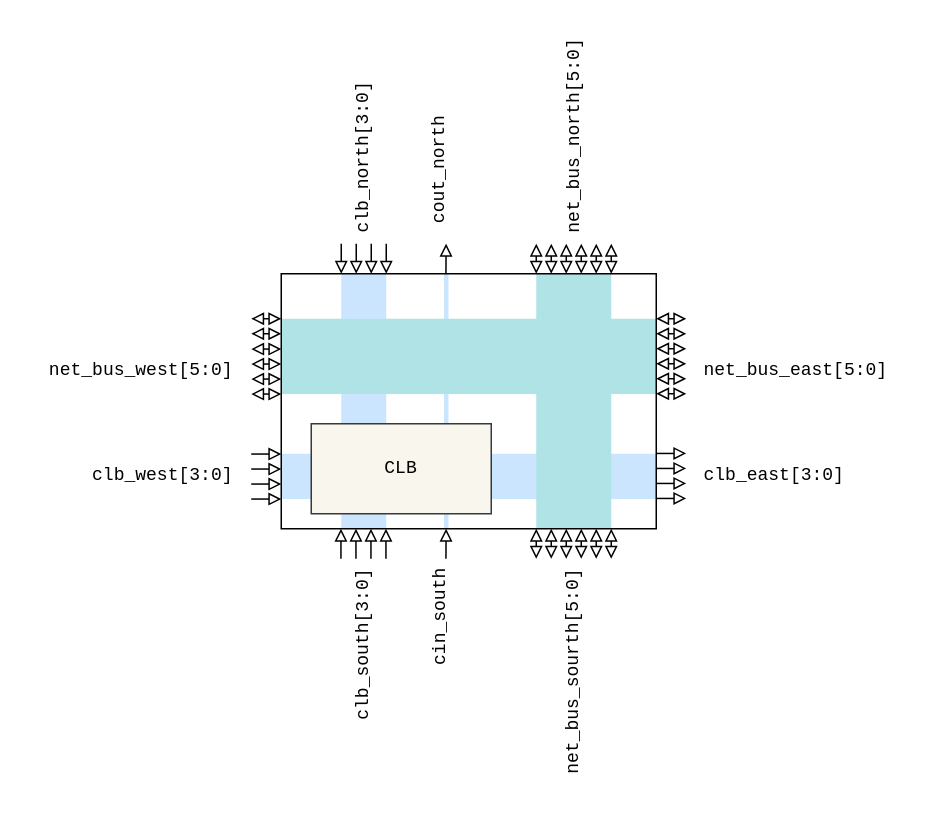
Earlier version of the draw.io diagram architecture/abstract-toplevel-tile.drawio (mnemocron/my-discrete-fpga). Source tidied: cells renumbered, new cells numbered last; positions are measured from the earlier drawing's top-left corner, leaving out a move shared by most shapes. Both pictures are drawn from the tidied source at 150%, with x=0, y=0 at pixel (26, 94).
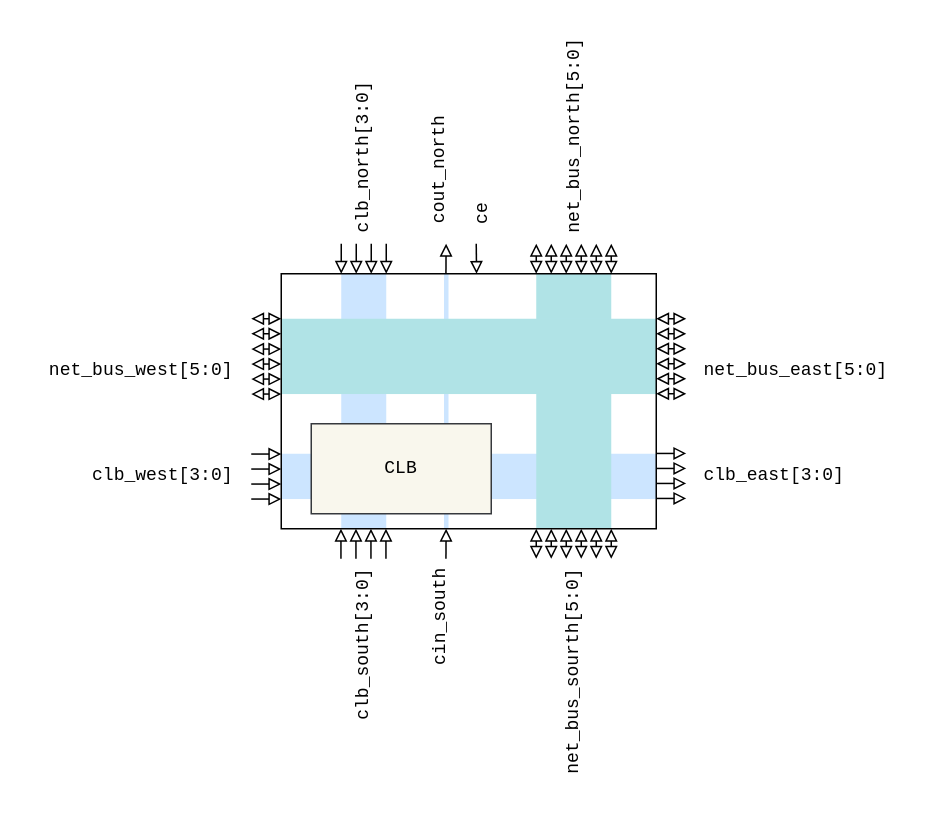
After the change.

Change to the diagram source:
```diff
@@
+    <mxCell id="61" style="endArrow=block;html=1;rounded=0;endFill=0;" parent="1" edge="1">
+      <mxGeometry relative="1" as="geometry">
+        <mxPoint x="300" y="99" as="sourcePoint" />
+        <mxPoint x="300.2" y="119" as="targetPoint" />
+      </mxGeometry>
+    </mxCell>
+    <mxCell id="62" value="&lt;span style=&quot;&quot;&gt;ce&lt;/span&gt;" style="rounded=0;whiteSpace=wrap;html=1;fontFamily=Courier New;align=left;fillColor=none;strokeColor=none;rotation=270;" parent="1" vertex="1">
+      <mxGeometry x="260" y="30.5" width="90" height="25.5" as="geometry" />
+    </mxCell>
```
